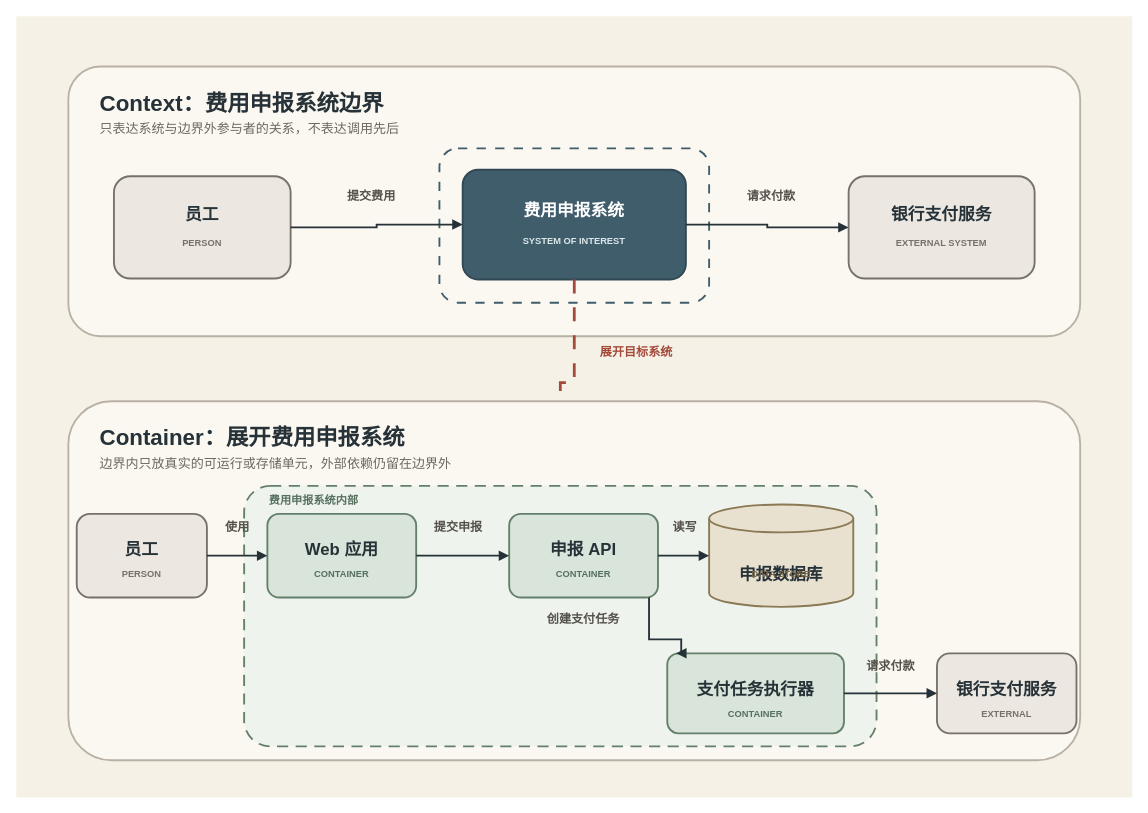
Above: diagrams/mod-02-c4-context-container.drawio in sealday/tego-arch (draw.io), before the change. Source tidied: cells renumbered, new cells numbered last; positions are measured from the earlier drawing's top-left corner, leaving out a move shared by most shapes. Both pictures are drawn from the tidied source at 93%, with x=0, y=0 at pixel (16, 16).
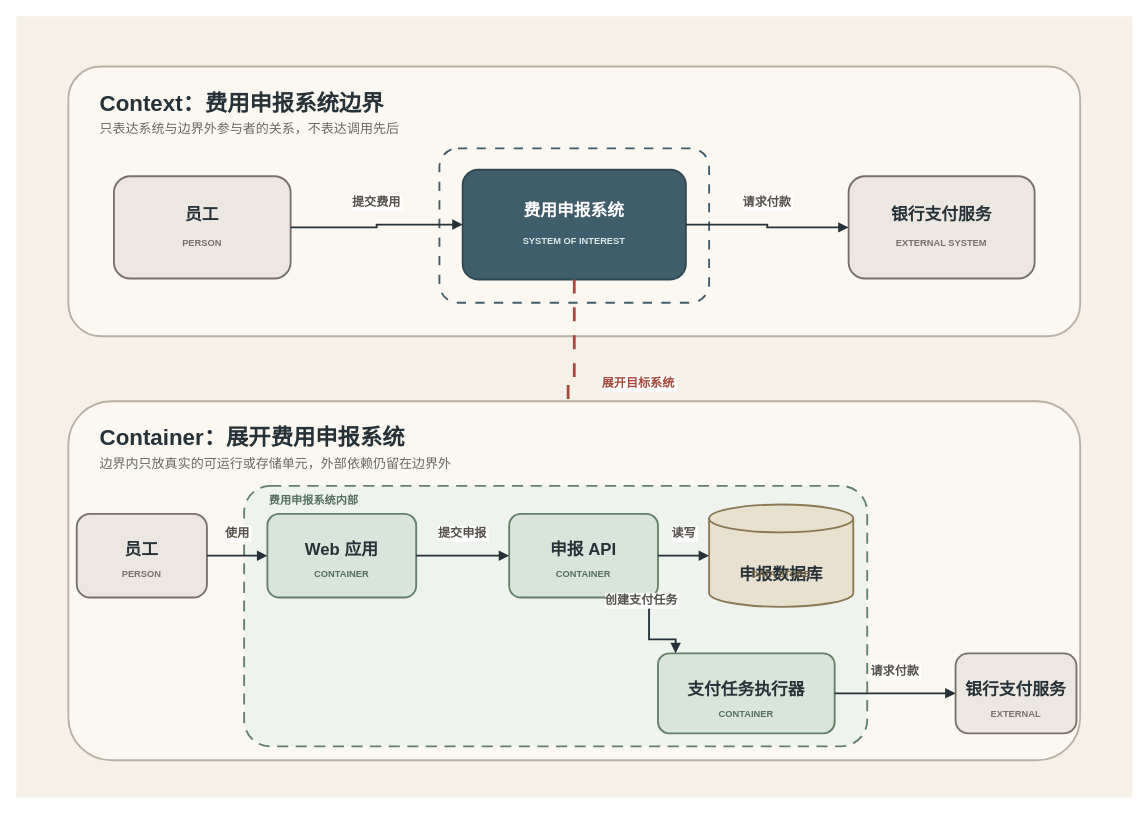
Above is the later version.

Commit message (it also covers changes not shown here):
fix: align drawio relation geometry

The change refers to these unchanged cells:
```xml
<mxCell id="6" value="员工" style="rounded=1;arcSize=16;whiteSpace=wrap;html=0;fillColor=#ECE8E1;strokeColor=#77716A;strokeWidth=2;fontColor=#263238;fontSize=18;fontStyle=1;verticalAlign=top;spacingTop=25;" parent="1" vertex="1">
  <mxGeometry x="105" y="172" width="190" height="110" as="geometry" />
</mxCell>
<mxCell id="9" value="费用申报系统" style="rounded=1;arcSize=14;whiteSpace=wrap;html=0;fillColor=#405D6B;strokeColor=#304854;strokeWidth=2;fontColor=#FFFFFF;fontSize=18;fontStyle=1;verticalAlign=top;spacingTop=27;" parent="1" vertex="1">
  <mxGeometry x="480" y="165" width="240" height="118" as="geometry" />
</mxCell>
<mxCell id="11" value="银行支付服务" style="rounded=1;arcSize=16;whiteSpace=wrap;html=0;fillColor=#ECE8E1;strokeColor=#77716A;strokeWidth=2;fontColor=#263238;fontSize=18;fontStyle=1;verticalAlign=top;spacingTop=25;" parent="1" vertex="1">
  <mxGeometry x="895" y="172" width="200" height="110" as="geometry" />
</mxCell>
<mxCell id="24" value="员工" style="rounded=1;arcSize=16;whiteSpace=wrap;html=0;fillColor=#ECE8E1;strokeColor=#77716A;strokeWidth=2;fontColor=#263238;fontSize=18;fontStyle=1;verticalAlign=top;spacingTop=22;" parent="1" vertex="1">
  <mxGeometry x="65" y="535" width="140" height="90" as="geometry" />
</mxCell>
<mxCell id="26" value="Web 应用" style="rounded=1;arcSize=14;whiteSpace=wrap;html=0;fillColor=#D9E5DA;strokeColor=#64806B;strokeWidth=2;fontColor=#263238;fontSize=18;fontStyle=1;verticalAlign=top;spacingTop=22;" parent="1" vertex="1">
  <mxGeometry x="270" y="535" width="160" height="90" as="geometry" />
</mxCell>
<mxCell id="28" value="申报 API" style="rounded=1;arcSize=14;whiteSpace=wrap;html=0;fillColor=#D9E5DA;strokeColor=#64806B;strokeWidth=2;fontColor=#263238;fontSize=18;fontStyle=1;verticalAlign=top;spacingTop=22;" parent="1" vertex="1">
  <mxGeometry x="530" y="535" width="160" height="90" as="geometry" />
</mxCell>
<mxCell id="30" value="申报数据库" style="shape=cylinder3;whiteSpace=wrap;html=0;boundedLbl=1;backgroundOutline=1;size=15;fillColor=#E8E1CF;strokeColor=#8B7855;strokeWidth=2;fontColor=#263238;fontSize=18;fontStyle=1;verticalAlign=top;spacingTop=29;" parent="1" vertex="1">
  <mxGeometry x="745" y="525" width="155" height="110" as="geometry" />
</mxCell>
```

Change to the diagram source:
```diff
@@
-    <mxCell id="13" style="edgeStyle=orthogonalEdgeStyle;rounded=0;jettySize=auto;html=0;strokeColor=#263238;strokeWidth=2;endArrow=block;endFill=1;" parent="1" edge="1" source="6" target="9">
-      <mxGeometry relative="1" as="geometry" />
+    <mxCell id="13" value="提交费用" style="edgeStyle=orthogonalEdgeStyle;rounded=0;jettySize=auto;html=0;strokeColor=#263238;strokeWidth=2;endArrow=block;endFill=1;fontSize=13;fontStyle=1;fontColor=#55514B;" parent="1" edge="1" source="6" target="9">
+      <mxGeometry relative="1" as="geometry">
+        <mxPoint y="-26" as="offset" />
+      </mxGeometry>
     </mxCell>
-    <mxCell id="14" value="提交费用" style="text;html=0;strokeColor=none;fillColor=none;align=center;verticalAlign=middle;fontFamily=Helvetica;fontSize=13;fontStyle=1;fontColor=#55514B;" parent="1" vertex="1">
-      <mxGeometry x="342" y="181" width="80" height="24" as="geometry" />
-    </mxCell>
-    <mxCell id="15" style="edgeStyle=orthogonalEdgeStyle;rounded=0;jettySize=auto;html=0;strokeColor=#263238;strokeWidth=2;endArrow=block;endFill=1;" parent="1" edge="1" source="9" target="11">
-      <mxGeometry relative="1" as="geometry" />
+    <mxCell id="15" value="请求付款" style="edgeStyle=orthogonalEdgeStyle;rounded=0;jettySize=auto;html=0;strokeColor=#263238;strokeWidth=2;endArrow=block;endFill=1;fontSize=13;fontStyle=1;fontColor=#55514B;" parent="1" edge="1" source="9" target="11">
+      <mxGeometry relative="1" as="geometry">
+        <mxPoint y="-26" as="offset" />
+      </mxGeometry>
     </mxCell>
-    <mxCell id="16" value="请求付款" style="text;html=0;strokeColor=none;fillColor=none;align=center;verticalAlign=middle;fontFamily=Helvetica;fontSize=13;fontStyle=1;fontColor=#55514B;" parent="1" vertex="1">
-      <mxGeometry x="772" y="181" width="80" height="24" as="geometry" />
-    </mxCell>
-    <mxCell id="17" style="edgeStyle=orthogonalEdgeStyle;rounded=0;jettySize=auto;html=0;strokeColor=#A34A3A;strokeWidth=3;dashed=1;dashPattern=5 5;endArrow=block;endFill=1;" parent="1" edge="1" source="9" target="22">
-      <mxGeometry relative="1" as="geometry" />
+    <mxCell id="17" value="展开目标系统" style="edgeStyle=orthogonalEdgeStyle;rounded=0;jettySize=auto;html=0;strokeColor=#A34A3A;strokeWidth=3;dashed=1;dashPattern=5 5;endArrow=block;endFill=1;fontSize=13;fontStyle=1;fontColor=#A34A3A;exitX=0.5;exitY=1;entryX=0.52;entryY=0;" parent="1" edge="1" source="9" target="22">
+      <mxGeometry relative="1" as="geometry">
+        <mxPoint x="72" as="offset" />
+      </mxGeometry>
     </mxCell>
-    <mxCell id="18" value="展开目标系统" style="text;html=0;strokeColor=none;fillColor=none;align=left;verticalAlign=middle;fontFamily=Helvetica;fontSize=13;fontStyle=1;fontColor=#A34A3A;" parent="1" vertex="1">
-      <mxGeometry x="626" y="348" width="110" height="24" as="geometry" />
-    </mxCell>
@@
     <mxCell id="22" style="rounded=1;arcSize=10;whiteSpace=wrap;html=0;fillColor=#EEF3ED;strokeColor=#64806B;strokeWidth=2;dashed=1;dashPattern=6 4;" parent="1" vertex="1">
-      <mxGeometry x="245" y="505" width="680" height="280" as="geometry" />
+      <mxGeometry x="245" y="505" width="670" height="280" as="geometry" />
     </mxCell>
@@
     <mxCell id="32" value="支付任务执行器" style="rounded=1;arcSize=14;whiteSpace=wrap;html=0;fillColor=#D9E5DA;strokeColor=#64806B;strokeWidth=2;fontColor=#263238;fontSize=18;fontStyle=1;verticalAlign=top;spacingTop=22;" parent="1" vertex="1">
-      <mxGeometry x="700" y="685" width="190" height="86" as="geometry" />
+      <mxGeometry x="690" y="685" width="190" height="86" as="geometry" />
     </mxCell>
     <mxCell id="33" value="CONTAINER" style="text;html=0;strokeColor=none;fillColor=none;align=center;verticalAlign=middle;fontFamily=Helvetica;fontSize=10;fontStyle=1;fontColor=#55705D;" parent="1" vertex="1">
-      <mxGeometry x="750" y="739" width="90" height="22" as="geometry" />
+      <mxGeometry x="740" y="739" width="90" height="22" as="geometry" />
     </mxCell>
     <mxCell id="34" value="银行支付服务" style="rounded=1;arcSize=16;whiteSpace=wrap;html=0;fillColor=#ECE8E1;strokeColor=#77716A;strokeWidth=2;fontColor=#263238;fontSize=18;fontStyle=1;verticalAlign=top;spacingTop=22;" parent="1" vertex="1">
-      <mxGeometry x="990" y="685" width="150" height="86" as="geometry" />
+      <mxGeometry x="1010" y="685" width="130" height="86" as="geometry" />
     </mxCell>
     <mxCell id="35" value="EXTERNAL" style="text;html=0;strokeColor=none;fillColor=none;align=center;verticalAlign=middle;fontFamily=Helvetica;fontSize=10;fontStyle=1;fontColor=#77716A;" parent="1" vertex="1">
-      <mxGeometry x="1020" y="739" width="90" height="22" as="geometry" />
+      <mxGeometry x="1030" y="739" width="90" height="22" as="geometry" />
     </mxCell>
-    <mxCell id="36" style="edgeStyle=orthogonalEdgeStyle;rounded=0;jettySize=auto;html=0;strokeColor=#263238;strokeWidth=2;endArrow=block;endFill=1;" parent="1" edge="1" source="24" target="26">
-      <mxGeometry relative="1" as="geometry" />
+    <mxCell id="36" value="使用" style="edgeStyle=orthogonalEdgeStyle;rounded=0;jettySize=auto;html=0;strokeColor=#263238;strokeWidth=2;endArrow=block;endFill=1;fontSize=13;fontStyle=1;fontColor=#55514B;" parent="1" edge="1" source="24" target="26">
+      <mxGeometry relative="1" as="geometry">
+        <mxPoint y="-25" as="offset" />
+      </mxGeometry>
     </mxCell>
-    <mxCell id="37" value="使用" style="text;html=0;strokeColor=none;fillColor=none;align=center;verticalAlign=middle;fontFamily=Helvetica;fontSize=13;fontStyle=1;fontColor=#55514B;" parent="1" vertex="1">
-      <mxGeometry x="218" y="536" width="40" height="24" as="geometry" />
-    </mxCell>
-    <mxCell id="38" style="edgeStyle=orthogonalEdgeStyle;rounded=0;jettySize=auto;html=0;strokeColor=#263238;strokeWidth=2;endArrow=block;endFill=1;" parent="1" edge="1" source="26" target="28">
-      <mxGeometry relative="1" as="geometry" />
+    <mxCell id="38" value="提交申报" style="edgeStyle=orthogonalEdgeStyle;rounded=0;jettySize=auto;html=0;strokeColor=#263238;strokeWidth=2;endArrow=block;endFill=1;fontSize=13;fontStyle=1;fontColor=#55514B;" parent="1" edge="1" source="26" target="28">
+      <mxGeometry relative="1" as="geometry">
+        <mxPoint y="-25" as="offset" />
+      </mxGeometry>
     </mxCell>
-    <mxCell id="39" value="提交申报" style="text;html=0;strokeColor=none;fillColor=none;align=center;verticalAlign=middle;fontFamily=Helvetica;fontSize=13;fontStyle=1;fontColor=#55514B;" parent="1" vertex="1">
-      <mxGeometry x="443" y="536" width="65" height="24" as="geometry" />
-    </mxCell>
-    <mxCell id="40" style="edgeStyle=orthogonalEdgeStyle;rounded=0;jettySize=auto;html=0;strokeColor=#263238;strokeWidth=2;endArrow=block;endFill=1;" parent="1" edge="1" source="28" target="30">
-      <mxGeometry relative="1" as="geometry" />
+    <mxCell id="40" value="读写" style="edgeStyle=orthogonalEdgeStyle;rounded=0;jettySize=auto;html=0;strokeColor=#263238;strokeWidth=2;endArrow=block;endFill=1;fontSize=13;fontStyle=1;fontColor=#55514B;" parent="1" edge="1" source="28" target="30">
+      <mxGeometry relative="1" as="geometry">
+        <mxPoint y="-25" as="offset" />
+      </mxGeometry>
     </mxCell>
-    <mxCell id="41" value="读写" style="text;html=0;strokeColor=none;fillColor=none;align=center;verticalAlign=middle;fontFamily=Helvetica;fontSize=13;fontStyle=1;fontColor=#55514B;" parent="1" vertex="1">
-      <mxGeometry x="699" y="536" width="40" height="24" as="geometry" />
-    </mxCell>
-    <mxCell id="42" style="edgeStyle=orthogonalEdgeStyle;rounded=0;jettySize=auto;html=0;strokeColor=#263238;strokeWidth=2;endArrow=block;endFill=1;exitX=0.94;exitY=1;entryX=0.05;entryY=0;" parent="1" edge="1" source="28" target="32">
-      <mxGeometry relative="1" as="geometry">
+    <mxCell id="42" value="创建支付任务" style="edgeStyle=orthogonalEdgeStyle;rounded=0;jettySize=auto;html=0;strokeColor=#263238;strokeWidth=2;endArrow=block;endFill=1;fontSize=13;fontStyle=1;fontColor=#55514B;exitX=0.94;exitY=1;entryX=0.1;entryY=0;" parent="1" edge="1" source="28" target="32">
+      <mxGeometry x="-0.55" relative="1" as="geometry">
         <Array as="points">
           <mxPoint x="680" y="670" />
-          <mxPoint x="715" y="670" />
+          <mxPoint x="709" y="670" />
         </Array>
+        <mxPoint x="-8" y="-18" as="offset" />
       </mxGeometry>
     </mxCell>
-    <mxCell id="43" value="创建支付任务" style="text;html=0;strokeColor=none;fillColor=none;align=center;verticalAlign=middle;fontFamily=Helvetica;fontSize=13;fontStyle=1;fontColor=#55514B;" parent="1" vertex="1">
-      <mxGeometry x="556" y="635" width="108" height="24" as="geometry" />
-    </mxCell>
-    <mxCell id="44" style="edgeStyle=orthogonalEdgeStyle;rounded=0;jettySize=auto;html=0;strokeColor=#263238;strokeWidth=2;endArrow=block;endFill=1;" parent="1" edge="1" source="32" target="34">
-      <mxGeometry relative="1" as="geometry" />
+    <mxCell id="44" value="请求付款" style="edgeStyle=orthogonalEdgeStyle;rounded=0;jettySize=auto;html=0;strokeColor=#263238;strokeWidth=2;endArrow=block;endFill=1;fontSize=13;fontStyle=1;fontColor=#55514B;" parent="1" edge="1" source="32" target="34">
+      <mxGeometry relative="1" as="geometry">
+        <mxPoint y="-25" as="offset" />
+      </mxGeometry>
     </mxCell>
-    <mxCell id="45" value="请求付款" style="text;html=0;strokeColor=none;fillColor=none;align=center;verticalAlign=middle;fontFamily=Helvetica;fontSize=13;fontStyle=1;fontColor=#55514B;" parent="1" vertex="1">
-      <mxGeometry x="908" y="686" width="65" height="24" as="geometry" />
-    </mxCell>
```
